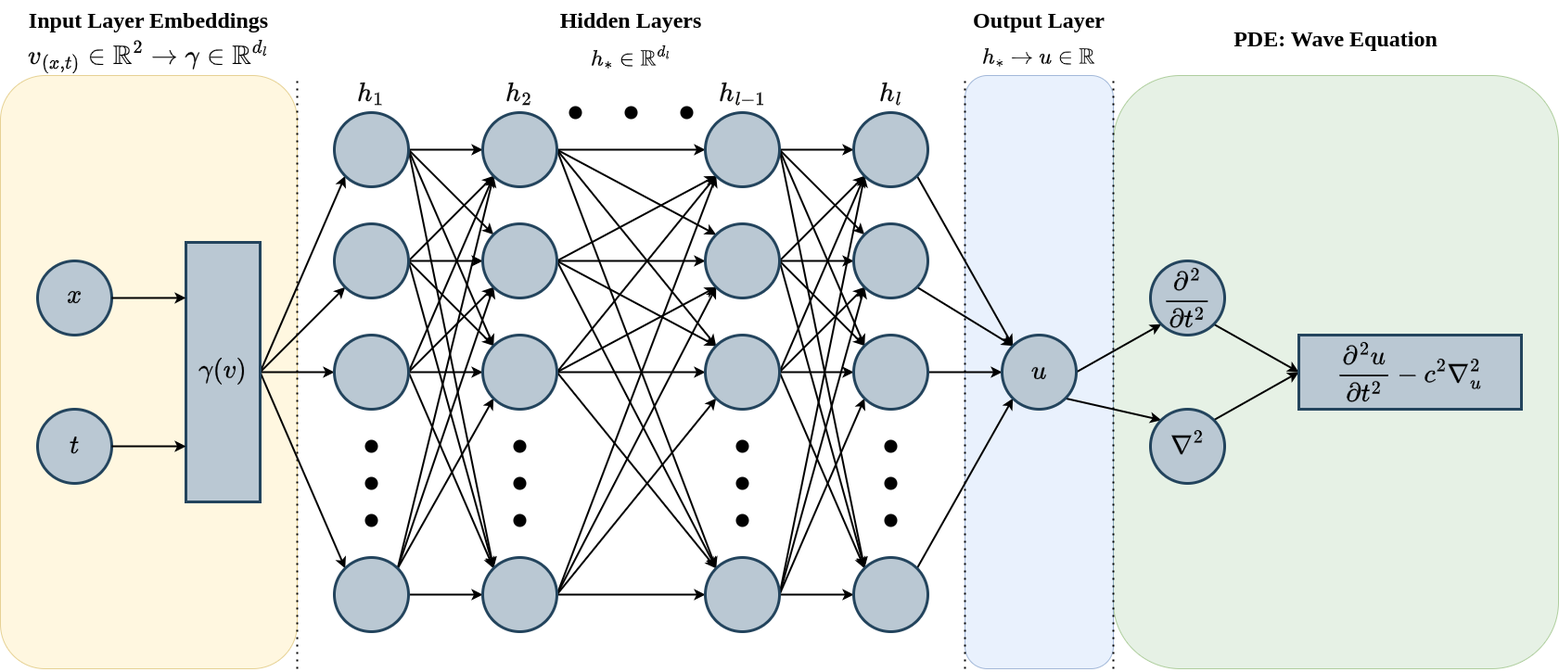
This is media/PINN.png from Abiel-Almonte/PINN, a draw.io export, as it was before one commit. Source tidied: cells renumbered, new cells last; positions are measured from the earlier drawing's top-left corner, leaving out a move shared by most shapes.
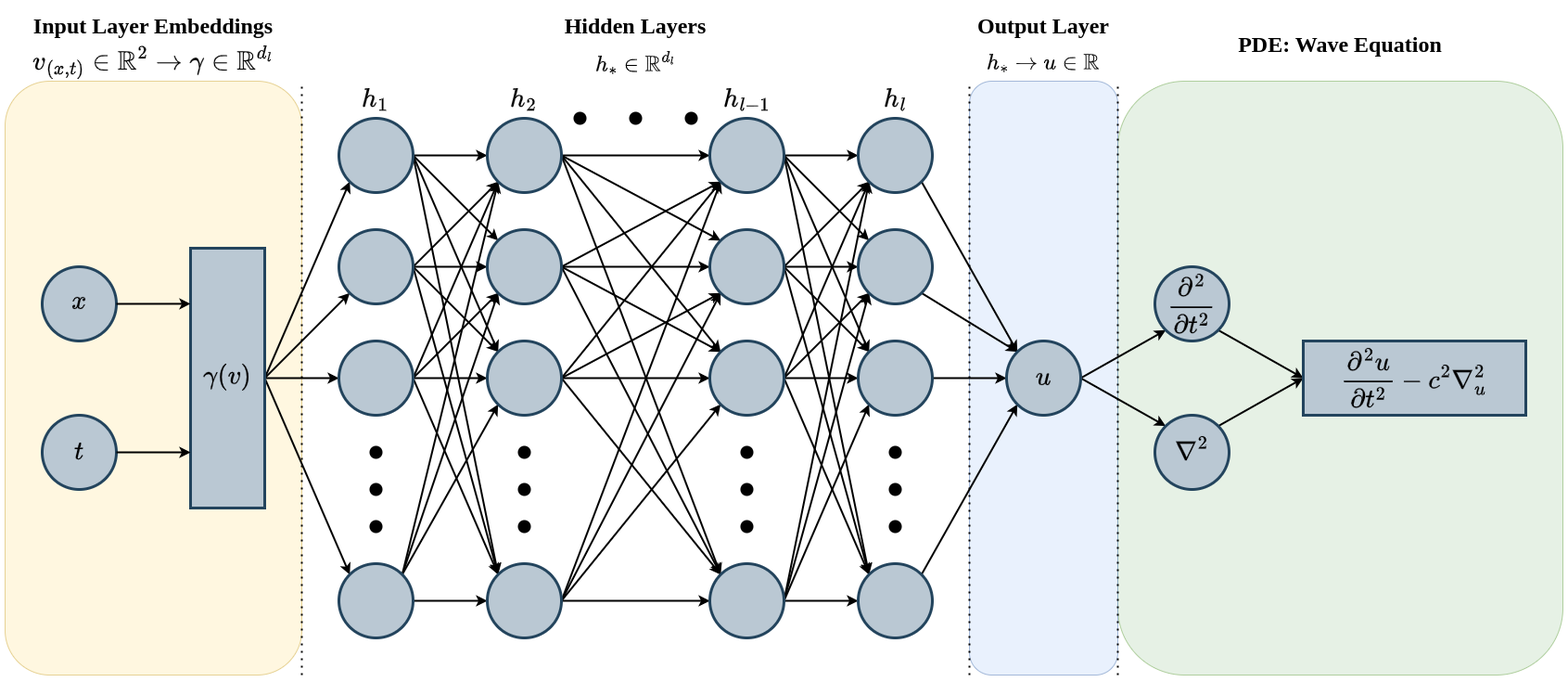
After the commit.

Change to the diagram source:
```diff
@@ -278,8 +278,10 @@
     <mxCell id="93" style="rounded=0;jettySize=auto;html=1;exitX=1;exitY=0.5;exitDx=0;exitDy=0;entryX=0;entryY=1;entryDx=0;entryDy=0;strokeWidth=2;" parent="1" edge="1" source="95" target="97">
       <mxGeometry relative="1" as="geometry" />
     </mxCell>
-    <mxCell id="94" style="rounded=0;jettySize=auto;html=1;exitX=1;exitY=1;exitDx=0;exitDy=0;entryX=0;entryY=0;entryDx=0;entryDy=0;strokeWidth=2;" parent="1" edge="1" source="95" target="99">
-      <mxGeometry relative="1" as="geometry" />
+    <mxCell id="94" style="rounded=0;jettySize=auto;html=1;entryX=0;entryY=0;entryDx=0;entryDy=0;strokeWidth=2;" parent="1" edge="1" target="99">
+      <mxGeometry relative="1" as="geometry">
+        <mxPoint x="1320" y="400" as="sourcePoint" />
+      </mxGeometry>
     </mxCell>
     <mxCell id="95" value="&lt;h1&gt;&lt;br&gt;&lt;/h1&gt;" style="ellipse;whiteSpace=wrap;html=1;fillColor=#bac8d3;strokeColor=#23445d;strokeWidth=3;" parent="1" vertex="1">
       <mxGeometry x="1240" y="360" width="80" height="80" as="geometry" />
```
